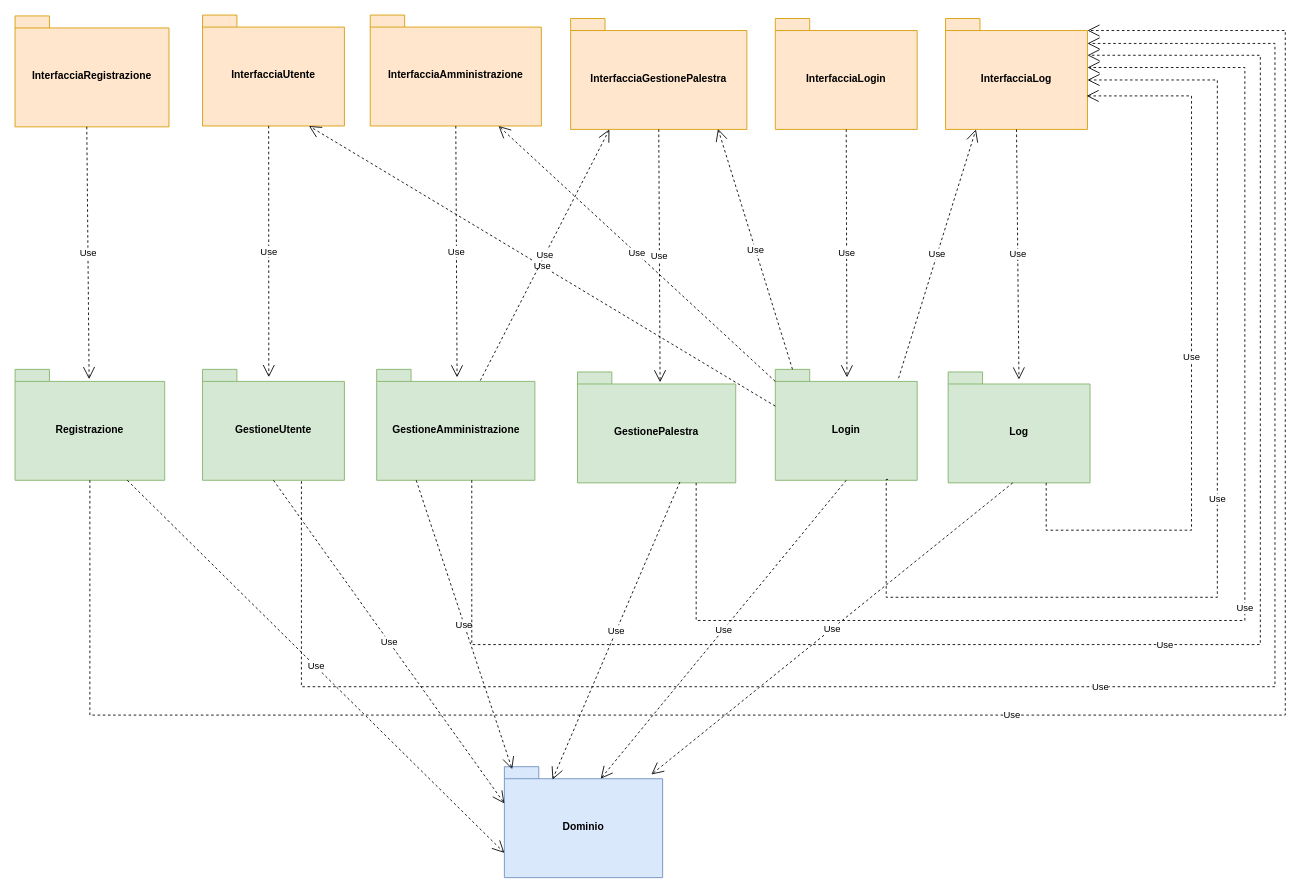
Above: Diagrammi_Package/Utente.drawio in JosephBoom02/Progetto_Ingegneria_del_Software (draw.io), before the change. Source tidied: cells renumbered, new cells numbered last; positions are measured from the earlier drawing's top-left corner, leaving out a move shared by most shapes. Both pictures are drawn from the tidied source at 86%, with x=0, y=0 at pixel (15, 15).
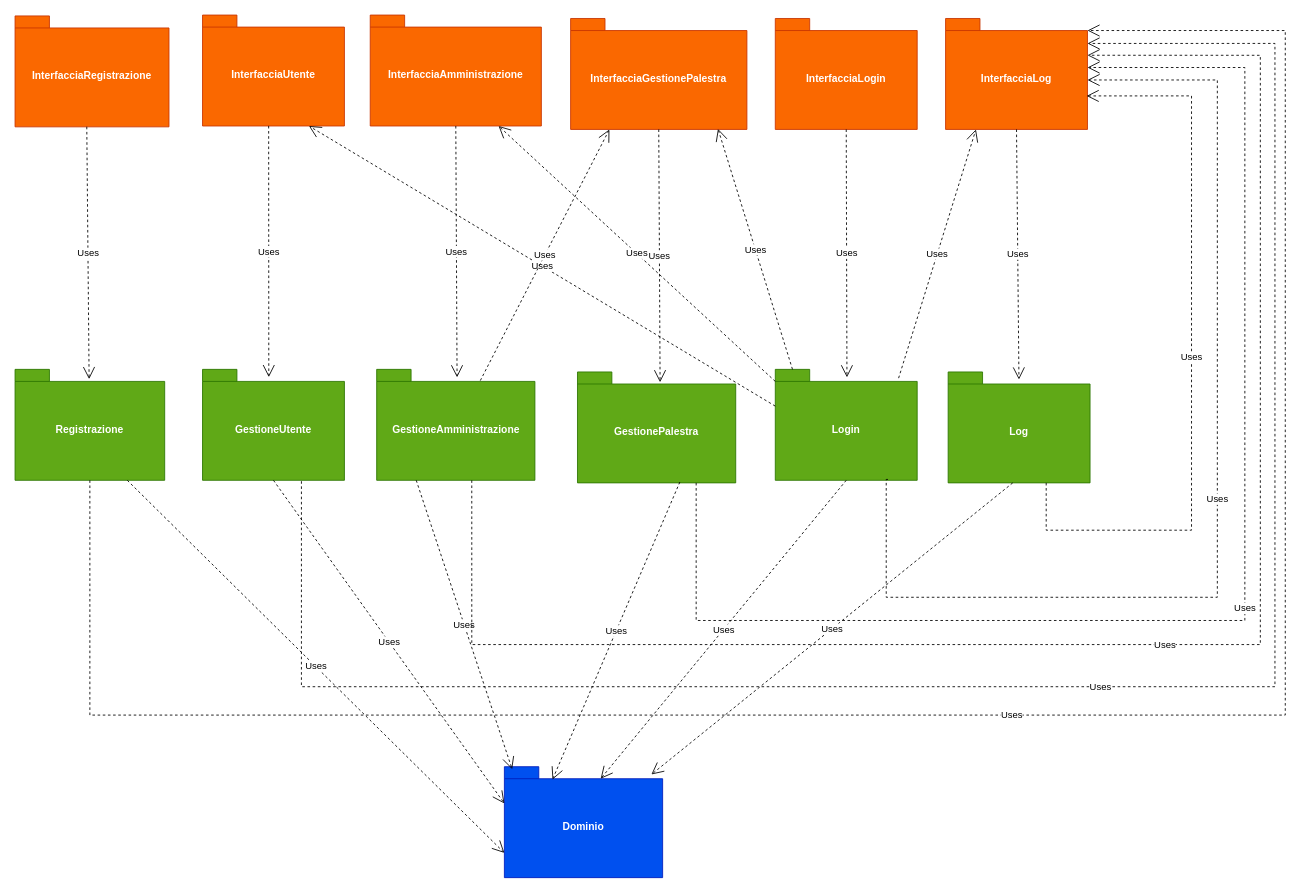
After the change.

Diff of the diagram source:
```diff
@@
-    <mxCell id="2" value="InterfacciaUtente" style="shape=folder;fontStyle=1;spacingTop=10;tabWidth=40;tabHeight=14;tabPosition=left;html=1;whiteSpace=wrap;fillColor=#ffe6cc;strokeColor=#d79b00;" parent="1" vertex="1">
+    <mxCell id="2" value="InterfacciaUtente" style="shape=folder;fontStyle=1;spacingTop=10;tabWidth=40;tabHeight=14;tabPosition=left;html=1;whiteSpace=wrap;fillColor=#fa6800;strokeColor=#C73500;fontColor=#FFFFFF;" parent="1" vertex="1">
       <mxGeometry x="218" width="165" height="129" as="geometry" />
     </mxCell>
-    <mxCell id="3" value="InterfacciaGestionePalestra" style="shape=folder;fontStyle=1;spacingTop=10;tabWidth=40;tabHeight=14;tabPosition=left;html=1;whiteSpace=wrap;fillColor=#ffe6cc;strokeColor=#d79b00;" parent="1" vertex="1">
+    <mxCell id="3" value="InterfacciaGestionePalestra" style="shape=folder;fontStyle=1;spacingTop=10;tabWidth=40;tabHeight=14;tabPosition=left;html=1;whiteSpace=wrap;fillColor=#fa6800;strokeColor=#C73500;fontColor=#ffffff;" parent="1" vertex="1">
       <mxGeometry x="646" y="4" width="205" height="129" as="geometry" />
     </mxCell>
-    <mxCell id="4" value="InterfacciaAmministrazione" style="shape=folder;fontStyle=1;spacingTop=10;tabWidth=40;tabHeight=14;tabPosition=left;html=1;whiteSpace=wrap;fillColor=#ffe6cc;strokeColor=#d79b00;" parent="1" vertex="1">
+    <mxCell id="4" value="InterfacciaAmministrazione" style="shape=folder;fontStyle=1;spacingTop=10;tabWidth=40;tabHeight=14;tabPosition=left;html=1;whiteSpace=wrap;fillColor=#fa6800;strokeColor=#C73500;fontColor=#FFFFFF;" parent="1" vertex="1">
       <mxGeometry x="413" width="199" height="129" as="geometry" />
     </mxCell>
-    <mxCell id="5" value="InterfacciaLogin" style="shape=folder;fontStyle=1;spacingTop=10;tabWidth=40;tabHeight=14;tabPosition=left;html=1;whiteSpace=wrap;fillColor=#ffe6cc;strokeColor=#d79b00;" parent="1" vertex="1">
+    <mxCell id="5" value="InterfacciaLogin" style="shape=folder;fontStyle=1;spacingTop=10;tabWidth=40;tabHeight=14;tabPosition=left;html=1;whiteSpace=wrap;fillColor=#fa6800;strokeColor=#C73500;fontColor=#ffffff;" parent="1" vertex="1">
       <mxGeometry x="884" y="4" width="165" height="129" as="geometry" />
     </mxCell>
-    <mxCell id="6" value="InterfacciaLog" style="shape=folder;fontStyle=1;spacingTop=10;tabWidth=40;tabHeight=14;tabPosition=left;html=1;whiteSpace=wrap;fillColor=#ffe6cc;strokeColor=#d79b00;" parent="1" vertex="1">
+    <mxCell id="6" value="InterfacciaLog" style="shape=folder;fontStyle=1;spacingTop=10;tabWidth=40;tabHeight=14;tabPosition=left;html=1;whiteSpace=wrap;fillColor=#fa6800;strokeColor=#C73500;fontColor=#FFFFFF;" parent="1" vertex="1">
       <mxGeometry x="1082" y="4" width="165" height="129" as="geometry" />
     </mxCell>
-    <mxCell id="7" value="GestioneUtente" style="shape=folder;fontStyle=1;spacingTop=10;tabWidth=40;tabHeight=14;tabPosition=left;html=1;whiteSpace=wrap;fillColor=#d5e8d4;strokeColor=#82b366;" parent="1" vertex="1">
+    <mxCell id="7" value="GestioneUtente" style="shape=folder;fontStyle=1;spacingTop=10;tabWidth=40;tabHeight=14;tabPosition=left;html=1;whiteSpace=wrap;fillColor=#60a917;strokeColor=#2D7600;fontColor=#ffffff;" parent="1" vertex="1">
       <mxGeometry x="218" y="412" width="165" height="129" as="geometry" />
     </mxCell>
-    <mxCell id="8" value="GestioneAmministrazione" style="shape=folder;fontStyle=1;spacingTop=10;tabWidth=40;tabHeight=14;tabPosition=left;html=1;whiteSpace=wrap;fillColor=#d5e8d4;strokeColor=#82b366;" parent="1" vertex="1">
+    <mxCell id="8" value="GestioneAmministrazione" style="shape=folder;fontStyle=1;spacingTop=10;tabWidth=40;tabHeight=14;tabPosition=left;html=1;whiteSpace=wrap;fillColor=#60a917;strokeColor=#2D7600;fontColor=#ffffff;" parent="1" vertex="1">
       <mxGeometry x="420.5" y="412" width="184" height="129" as="geometry" />
     </mxCell>
-    <mxCell id="9" value="Log" style="shape=folder;fontStyle=1;spacingTop=10;tabWidth=40;tabHeight=14;tabPosition=left;html=1;whiteSpace=wrap;fillColor=#d5e8d4;strokeColor=#82b366;" parent="1" vertex="1">
+    <mxCell id="9" value="Log" style="shape=folder;fontStyle=1;spacingTop=10;tabWidth=40;tabHeight=14;tabPosition=left;html=1;whiteSpace=wrap;fillColor=#60a917;strokeColor=#2D7600;fontColor=#ffffff;" parent="1" vertex="1">
       <mxGeometry x="1085" y="415" width="165" height="129" as="geometry" />
     </mxCell>
-    <mxCell id="10" value="Login" style="shape=folder;fontStyle=1;spacingTop=10;tabWidth=40;tabHeight=14;tabPosition=left;html=1;whiteSpace=wrap;fillColor=#d5e8d4;strokeColor=#82b366;" parent="1" vertex="1">
+    <mxCell id="10" value="Login" style="shape=folder;fontStyle=1;spacingTop=10;tabWidth=40;tabHeight=14;tabPosition=left;html=1;whiteSpace=wrap;fillColor=#60a917;strokeColor=#2D7600;fontColor=#ffffff;" parent="1" vertex="1">
       <mxGeometry x="884" y="412" width="165" height="129" as="geometry" />
     </mxCell>
-    <mxCell id="11" value="Dominio" style="shape=folder;fontStyle=1;spacingTop=10;tabWidth=40;tabHeight=14;tabPosition=left;html=1;whiteSpace=wrap;fillColor=#dae8fc;strokeColor=#6c8ebf;" parent="1" vertex="1">
+    <mxCell id="11" value="Dominio" style="shape=folder;fontStyle=1;spacingTop=10;tabWidth=40;tabHeight=14;tabPosition=left;html=1;whiteSpace=wrap;fillColor=#0050ef;strokeColor=#001DBC;fontColor=#ffffff;" parent="1" vertex="1">
       <mxGeometry x="569" y="874" width="184" height="129" as="geometry" />
     </mxCell>
-    <mxCell id="12" value="Use" style="endArrow=open;endSize=12;dashed=1;html=1;rounded=0;exitX=0.466;exitY=0.999;exitDx=0;exitDy=0;exitPerimeter=0;entryX=0.467;entryY=0.07;entryDx=0;entryDy=0;entryPerimeter=0;" parent="1" edge="1" source="2" target="7">
+    <mxCell id="12" value="Uses" style="endArrow=open;endSize=12;dashed=1;html=1;rounded=0;exitX=0.466;exitY=0.999;exitDx=0;exitDy=0;exitPerimeter=0;entryX=0.467;entryY=0.07;entryDx=0;entryDy=0;entryPerimeter=0;" parent="1" edge="1" source="2" target="7">
       <mxGeometry relative="1" as="geometry" />
     </mxCell>
-    <mxCell id="13" value="Use" style="endArrow=open;endSize=12;dashed=1;html=1;rounded=0;exitX=0.5;exitY=1;exitDx=0;exitDy=0;exitPerimeter=0;entryX=0.508;entryY=0.072;entryDx=0;entryDy=0;entryPerimeter=0;" parent="1" edge="1" source="4" target="8">
+    <mxCell id="13" value="Uses" style="endArrow=open;endSize=12;dashed=1;html=1;rounded=0;exitX=0.5;exitY=1;exitDx=0;exitDy=0;exitPerimeter=0;entryX=0.508;entryY=0.072;entryDx=0;entryDy=0;entryPerimeter=0;" parent="1" edge="1" source="4" target="8">
       <mxGeometry relative="1" as="geometry" />
     </mxCell>
-    <mxCell id="14" value="GestionePalestra" style="shape=folder;fontStyle=1;spacingTop=10;tabWidth=40;tabHeight=14;tabPosition=left;html=1;whiteSpace=wrap;fillColor=#d5e8d4;strokeColor=#82b366;" parent="1" vertex="1">
+    <mxCell id="14" value="GestionePalestra" style="shape=folder;fontStyle=1;spacingTop=10;tabWidth=40;tabHeight=14;tabPosition=left;html=1;whiteSpace=wrap;fillColor=#60a917;strokeColor=#2D7600;fontColor=#ffffff;" parent="1" vertex="1">
       <mxGeometry x="654" y="415" width="184" height="129" as="geometry" />
     </mxCell>
-    <mxCell id="15" value="Use" style="endArrow=open;endSize=12;dashed=1;html=1;rounded=0;exitX=0.5;exitY=1;exitDx=0;exitDy=0;exitPerimeter=0;entryX=0.522;entryY=0.093;entryDx=0;entryDy=0;entryPerimeter=0;" parent="1" edge="1" source="3" target="14">
+    <mxCell id="15" value="Uses" style="endArrow=open;endSize=12;dashed=1;html=1;rounded=0;exitX=0.5;exitY=1;exitDx=0;exitDy=0;exitPerimeter=0;entryX=0.522;entryY=0.093;entryDx=0;entryDy=0;entryPerimeter=0;" parent="1" edge="1" source="3" target="14">
       <mxGeometry relative="1" as="geometry" />
     </mxCell>
-    <mxCell id="16" value="Use" style="endArrow=open;endSize=12;dashed=1;html=1;rounded=0;exitX=0.5;exitY=1;exitDx=0;exitDy=0;exitPerimeter=0;entryX=0.505;entryY=0.072;entryDx=0;entryDy=0;entryPerimeter=0;" parent="1" edge="1" source="5" target="10">
+    <mxCell id="16" value="Uses" style="endArrow=open;endSize=12;dashed=1;html=1;rounded=0;exitX=0.5;exitY=1;exitDx=0;exitDy=0;exitPerimeter=0;entryX=0.505;entryY=0.072;entryDx=0;entryDy=0;entryPerimeter=0;" parent="1" edge="1" source="5" target="10">
       <mxGeometry relative="1" as="geometry" />
     </mxCell>
-    <mxCell id="17" value="Use" style="endArrow=open;endSize=12;dashed=1;html=1;rounded=0;exitX=0.5;exitY=1;exitDx=0;exitDy=0;exitPerimeter=0;entryX=0.499;entryY=0.068;entryDx=0;entryDy=0;entryPerimeter=0;" parent="1" edge="1" source="6" target="9">
+    <mxCell id="17" value="Uses" style="endArrow=open;endSize=12;dashed=1;html=1;rounded=0;exitX=0.5;exitY=1;exitDx=0;exitDy=0;exitPerimeter=0;entryX=0.499;entryY=0.068;entryDx=0;entryDy=0;entryPerimeter=0;" parent="1" edge="1" source="6" target="9">
       <mxGeometry relative="1" as="geometry" />
     </mxCell>
-    <mxCell id="18" value="Use" style="endArrow=open;endSize=12;dashed=1;html=1;rounded=0;exitX=0.869;exitY=0.079;exitDx=0;exitDy=0;exitPerimeter=0;entryX=0.214;entryY=1;entryDx=0;entryDy=0;entryPerimeter=0;" parent="1" edge="1" source="10" target="6">
+    <mxCell id="18" value="Uses" style="endArrow=open;endSize=12;dashed=1;html=1;rounded=0;exitX=0.869;exitY=0.079;exitDx=0;exitDy=0;exitPerimeter=0;entryX=0.214;entryY=1;entryDx=0;entryDy=0;entryPerimeter=0;" parent="1" edge="1" source="10" target="6">
       <mxGeometry relative="1" as="geometry" />
     </mxCell>
-    <mxCell id="19" value="Use" style="endArrow=open;endSize=12;dashed=1;html=1;rounded=0;exitX=0;exitY=0;exitDx=20;exitDy=0;exitPerimeter=0;entryX=0.836;entryY=0.995;entryDx=0;entryDy=0;entryPerimeter=0;" parent="1" edge="1" source="10" target="3">
+    <mxCell id="19" value="Uses" style="endArrow=open;endSize=12;dashed=1;html=1;rounded=0;exitX=0;exitY=0;exitDx=20;exitDy=0;exitPerimeter=0;entryX=0.836;entryY=0.995;entryDx=0;entryDy=0;entryPerimeter=0;" parent="1" edge="1" source="10" target="3">
       <mxGeometry relative="1" as="geometry" />
     </mxCell>
-    <mxCell id="20" value="InterfacciaRegistrazione" style="shape=folder;fontStyle=1;spacingTop=10;tabWidth=40;tabHeight=14;tabPosition=left;html=1;whiteSpace=wrap;fillColor=#ffe6cc;strokeColor=#d79b00;" parent="1" vertex="1">
+    <mxCell id="20" value="InterfacciaRegistrazione" style="shape=folder;fontStyle=1;spacingTop=10;tabWidth=40;tabHeight=14;tabPosition=left;html=1;whiteSpace=wrap;fillColor=#fa6800;strokeColor=#C73500;fontColor=#FFFFFF;" parent="1" vertex="1">
       <mxGeometry y="1" width="179" height="129" as="geometry" />
     </mxCell>
-    <mxCell id="21" value="&lt;div&gt;Registrazione&lt;/div&gt;" style="shape=folder;fontStyle=1;spacingTop=10;tabWidth=40;tabHeight=14;tabPosition=left;html=1;whiteSpace=wrap;fillColor=#d5e8d4;strokeColor=#82b366;" parent="1" vertex="1">
+    <mxCell id="21" value="&lt;div&gt;Registrazione&lt;/div&gt;" style="shape=folder;fontStyle=1;spacingTop=10;tabWidth=40;tabHeight=14;tabPosition=left;html=1;whiteSpace=wrap;fillColor=#60a917;strokeColor=#2D7600;fontColor=#ffffff;" parent="1" vertex="1">
       <mxGeometry y="412" width="174" height="129" as="geometry" />
     </mxCell>
-    <mxCell id="22" value="Use" style="endArrow=open;endSize=12;dashed=1;html=1;rounded=0;exitX=0.466;exitY=0.999;exitDx=0;exitDy=0;exitPerimeter=0;entryX=0.495;entryY=0.088;entryDx=0;entryDy=0;entryPerimeter=0;" parent="1" edge="1" source="20" target="21">
+    <mxCell id="22" value="Uses" style="endArrow=open;endSize=12;dashed=1;html=1;rounded=0;exitX=0.466;exitY=0.999;exitDx=0;exitDy=0;exitPerimeter=0;entryX=0.495;entryY=0.088;entryDx=0;entryDy=0;entryPerimeter=0;" parent="1" edge="1" source="20" target="21">
       <mxGeometry relative="1" as="geometry" />
     </mxCell>
-    <mxCell id="23" value="Use" style="endArrow=open;endSize=12;dashed=1;html=1;rounded=0;edgeStyle=orthogonalEdgeStyle;exitX=0.5;exitY=1;exitDx=0;exitDy=0;exitPerimeter=0;entryX=0;entryY=0;entryDx=165;entryDy=14;entryPerimeter=0;" parent="1" edge="1" source="21" target="6">
+    <mxCell id="23" value="Uses" style="endArrow=open;endSize=12;dashed=1;html=1;rounded=0;edgeStyle=orthogonalEdgeStyle;exitX=0.5;exitY=1;exitDx=0;exitDy=0;exitPerimeter=0;entryX=0;entryY=0;entryDx=165;entryDy=14;entryPerimeter=0;" parent="1" edge="1" source="21" target="6">
       <mxGeometry relative="1" as="geometry">
         <Array as="points">
           <mxPoint x="87" y="814" />
           <mxPoint x="1477" y="814" />
           <mxPoint x="1477" y="18" />
         </Array>
       </mxGeometry>
     </mxCell>
-    <mxCell id="24" value="Use" style="endArrow=open;endSize=12;dashed=1;html=1;rounded=0;exitX=0;exitY=0;exitDx=0;exitDy=14;exitPerimeter=0;entryX=0.75;entryY=1;entryDx=0;entryDy=0;entryPerimeter=0;" parent="1" edge="1" source="10" target="4">
+    <mxCell id="24" value="Uses" style="endArrow=open;endSize=12;dashed=1;html=1;rounded=0;exitX=0;exitY=0;exitDx=0;exitDy=14;exitPerimeter=0;entryX=0.75;entryY=1;entryDx=0;entryDy=0;entryPerimeter=0;" parent="1" edge="1" source="10" target="4">
       <mxGeometry relative="1" as="geometry" />
     </mxCell>
-    <mxCell id="25" value="Use" style="endArrow=open;endSize=12;dashed=1;html=1;rounded=0;exitX=0;exitY=0;exitDx=0;exitDy=42.75;exitPerimeter=0;entryX=0.75;entryY=1;entryDx=0;entryDy=0;entryPerimeter=0;" parent="1" edge="1" source="10" target="2">
+    <mxCell id="25" value="Uses" style="endArrow=open;endSize=12;dashed=1;html=1;rounded=0;exitX=0;exitY=0;exitDx=0;exitDy=42.75;exitPerimeter=0;entryX=0.75;entryY=1;entryDx=0;entryDy=0;entryPerimeter=0;" parent="1" edge="1" source="10" target="2">
       <mxGeometry relative="1" as="geometry" />
     </mxCell>
-    <mxCell id="26" value="Use" style="endArrow=open;endSize=12;dashed=1;html=1;rounded=0;exitX=0.75;exitY=1;exitDx=0;exitDy=0;exitPerimeter=0;entryX=0;entryY=0;entryDx=0;entryDy=100.25;entryPerimeter=0;" parent="1" edge="1" source="21" target="11">
+    <mxCell id="26" value="Uses" style="endArrow=open;endSize=12;dashed=1;html=1;rounded=0;exitX=0.75;exitY=1;exitDx=0;exitDy=0;exitPerimeter=0;entryX=0;entryY=0;entryDx=0;entryDy=100.25;entryPerimeter=0;" parent="1" edge="1" source="21" target="11">
       <mxGeometry relative="1" as="geometry" />
     </mxCell>
-    <mxCell id="27" value="Use" style="endArrow=open;endSize=12;dashed=1;html=1;rounded=0;exitX=0.5;exitY=1;exitDx=0;exitDy=0;exitPerimeter=0;entryX=0;entryY=0;entryDx=0;entryDy=42.75;entryPerimeter=0;" parent="1" edge="1" source="7" target="11">
+    <mxCell id="27" value="Uses" style="endArrow=open;endSize=12;dashed=1;html=1;rounded=0;exitX=0.5;exitY=1;exitDx=0;exitDy=0;exitPerimeter=0;entryX=0;entryY=0;entryDx=0;entryDy=42.75;entryPerimeter=0;" parent="1" edge="1" source="7" target="11">
       <mxGeometry relative="1" as="geometry" />
     </mxCell>
-    <mxCell id="28" value="Use" style="endArrow=open;endSize=12;dashed=1;html=1;rounded=0;exitX=0.25;exitY=1;exitDx=0;exitDy=0;exitPerimeter=0;entryX=0.049;entryY=0.023;entryDx=0;entryDy=0;entryPerimeter=0;" parent="1" edge="1" source="8" target="11">
+    <mxCell id="28" value="Uses" style="endArrow=open;endSize=12;dashed=1;html=1;rounded=0;exitX=0.25;exitY=1;exitDx=0;exitDy=0;exitPerimeter=0;entryX=0.049;entryY=0.023;entryDx=0;entryDy=0;entryPerimeter=0;" parent="1" edge="1" source="8" target="11">
       <mxGeometry relative="1" as="geometry" />
     </mxCell>
-    <mxCell id="29" value="Use" style="endArrow=open;endSize=12;dashed=1;html=1;rounded=0;exitX=0.647;exitY=0.992;exitDx=0;exitDy=0;exitPerimeter=0;entryX=0.304;entryY=0.116;entryDx=0;entryDy=0;entryPerimeter=0;" parent="1" edge="1" source="14" target="11">
+    <mxCell id="29" value="Uses" style="endArrow=open;endSize=12;dashed=1;html=1;rounded=0;exitX=0.647;exitY=0.992;exitDx=0;exitDy=0;exitPerimeter=0;entryX=0.304;entryY=0.116;entryDx=0;entryDy=0;entryPerimeter=0;" parent="1" edge="1" source="14" target="11">
       <mxGeometry relative="1" as="geometry" />
     </mxCell>
-    <mxCell id="30" value="Use" style="endArrow=open;endSize=12;dashed=1;html=1;rounded=0;exitX=0.5;exitY=1;exitDx=0;exitDy=0;exitPerimeter=0;entryX=0;entryY=0;entryDx=112;entryDy=14;entryPerimeter=0;" parent="1" edge="1" source="10" target="11">
+    <mxCell id="30" value="Uses" style="endArrow=open;endSize=12;dashed=1;html=1;rounded=0;exitX=0.5;exitY=1;exitDx=0;exitDy=0;exitPerimeter=0;entryX=0;entryY=0;entryDx=112;entryDy=14;entryPerimeter=0;" parent="1" edge="1" source="10" target="11">
       <mxGeometry relative="1" as="geometry" />
     </mxCell>
-    <mxCell id="31" value="Use" style="endArrow=open;endSize=12;dashed=1;html=1;rounded=0;exitX=0.455;exitY=1;exitDx=0;exitDy=0;exitPerimeter=0;entryX=0.929;entryY=0.07;entryDx=0;entryDy=0;entryPerimeter=0;" parent="1" edge="1" source="9" target="11">
+    <mxCell id="31" value="Uses" style="endArrow=open;endSize=12;dashed=1;html=1;rounded=0;exitX=0.455;exitY=1;exitDx=0;exitDy=0;exitPerimeter=0;entryX=0.929;entryY=0.07;entryDx=0;entryDy=0;entryPerimeter=0;" parent="1" edge="1" source="9" target="11">
       <mxGeometry relative="1" as="geometry" />
     </mxCell>
-    <mxCell id="32" value="Use" style="endArrow=open;endSize=12;dashed=1;html=1;rounded=0;exitX=0.655;exitY=0.101;exitDx=0;exitDy=0;exitPerimeter=0;entryX=0.22;entryY=1;entryDx=0;entryDy=0;entryPerimeter=0;" parent="1" edge="1" source="8" target="3">
+    <mxCell id="32" value="Uses" style="endArrow=open;endSize=12;dashed=1;html=1;rounded=0;exitX=0.655;exitY=0.101;exitDx=0;exitDy=0;exitPerimeter=0;entryX=0.22;entryY=1;entryDx=0;entryDy=0;entryPerimeter=0;" parent="1" edge="1" source="8" target="3">
       <mxGeometry relative="1" as="geometry" />
     </mxCell>
-    <mxCell id="33" value="Use" style="endArrow=open;endSize=12;dashed=1;html=1;rounded=0;edgeStyle=orthogonalEdgeStyle;exitX=0.601;exitY=1;exitDx=0;exitDy=0;exitPerimeter=0;entryX=0;entryY=0;entryDx=165;entryDy=42.75;entryPerimeter=0;" parent="1" edge="1" source="8" target="6">
+    <mxCell id="33" value="Uses" style="endArrow=open;endSize=12;dashed=1;html=1;rounded=0;edgeStyle=orthogonalEdgeStyle;exitX=0.601;exitY=1;exitDx=0;exitDy=0;exitPerimeter=0;entryX=0;entryY=0;entryDx=165;entryDy=42.75;entryPerimeter=0;" parent="1" edge="1" source="8" target="6">
       <mxGeometry relative="1" as="geometry">
         <Array as="points">
           <mxPoint x="531" y="732" />
           <mxPoint x="1448" y="732" />
           <mxPoint x="1448" y="47" />
         </Array>
       </mxGeometry>
     </mxCell>
-    <mxCell id="34" value="Use" style="endArrow=open;endSize=12;dashed=1;html=1;rounded=0;edgeStyle=orthogonalEdgeStyle;exitX=0.697;exitY=1.008;exitDx=0;exitDy=0;exitPerimeter=0;entryX=1;entryY=0.225;entryDx=0;entryDy=0;entryPerimeter=0;" parent="1" edge="1" source="7" target="6">
+    <mxCell id="34" value="Uses" style="endArrow=open;endSize=12;dashed=1;html=1;rounded=0;edgeStyle=orthogonalEdgeStyle;exitX=0.697;exitY=1.008;exitDx=0;exitDy=0;exitPerimeter=0;entryX=1;entryY=0.225;entryDx=0;entryDy=0;entryPerimeter=0;" parent="1" edge="1" source="7" target="6">
       <mxGeometry relative="1" as="geometry">
         <Array as="points">
           <mxPoint x="333" y="781" />
           <mxPoint x="1465" y="781" />
           <mxPoint x="1465" y="33" />
         </Array>
       </mxGeometry>
     </mxCell>
-    <mxCell id="35" value="Use" style="endArrow=open;endSize=12;dashed=1;html=1;rounded=0;edgeStyle=orthogonalEdgeStyle;exitX=0.75;exitY=1;exitDx=0;exitDy=0;exitPerimeter=0;" parent="1" edge="1" source="14">
+    <mxCell id="35" value="Uses" style="endArrow=open;endSize=12;dashed=1;html=1;rounded=0;edgeStyle=orthogonalEdgeStyle;exitX=0.75;exitY=1;exitDx=0;exitDy=0;exitPerimeter=0;" parent="1" edge="1" source="14">
       <mxGeometry relative="1" as="geometry">
         <mxPoint x="1247" y="61" as="targetPoint" />
         <Array as="points">
           <mxPoint x="792" y="704" />
           <mxPoint x="1430" y="704" />
           <mxPoint x="1430" y="61" />
         </Array>
       </mxGeometry>
     </mxCell>
-    <mxCell id="36" value="Use" style="endArrow=open;endSize=12;dashed=1;html=1;rounded=0;edgeStyle=orthogonalEdgeStyle;exitX=0.794;exitY=0.992;exitDx=0;exitDy=0;exitPerimeter=0;entryX=0;entryY=0;entryDx=165;entryDy=71.5;entryPerimeter=0;" parent="1" edge="1" source="10" target="6">
+    <mxCell id="36" value="Uses" style="endArrow=open;endSize=12;dashed=1;html=1;rounded=0;edgeStyle=orthogonalEdgeStyle;exitX=0.794;exitY=0.992;exitDx=0;exitDy=0;exitPerimeter=0;entryX=0;entryY=0;entryDx=165;entryDy=71.5;entryPerimeter=0;" parent="1" edge="1" source="10" target="6">
       <mxGeometry relative="1" as="geometry">
         <Array as="points">
           <mxPoint x="1013" y="540" />
           <mxPoint x="1013" y="677" />
           <mxPoint x="1398" y="677" />
           <mxPoint x="1398" y="76" />
         </Array>
       </mxGeometry>
     </mxCell>
-    <mxCell id="37" value="Use" style="endArrow=open;endSize=12;dashed=1;html=1;rounded=0;edgeStyle=orthogonalEdgeStyle;exitX=0.691;exitY=1;exitDx=0;exitDy=0;exitPerimeter=0;entryX=0.994;entryY=0.698;entryDx=0;entryDy=0;entryPerimeter=0;" parent="1" edge="1" source="9" target="6">
+    <mxCell id="37" value="Uses" style="endArrow=open;endSize=12;dashed=1;html=1;rounded=0;edgeStyle=orthogonalEdgeStyle;exitX=0.691;exitY=1;exitDx=0;exitDy=0;exitPerimeter=0;entryX=0.994;entryY=0.698;entryDx=0;entryDy=0;entryPerimeter=0;" parent="1" edge="1" source="9" target="6">
       <mxGeometry relative="1" as="geometry">
         <Array as="points">
           <mxPoint x="1199" y="599" />
           <mxPoint x="1368" y="599" />
           <mxPoint x="1368" y="94" />
         </Array>
       </mxGeometry>
     </mxCell>
```
